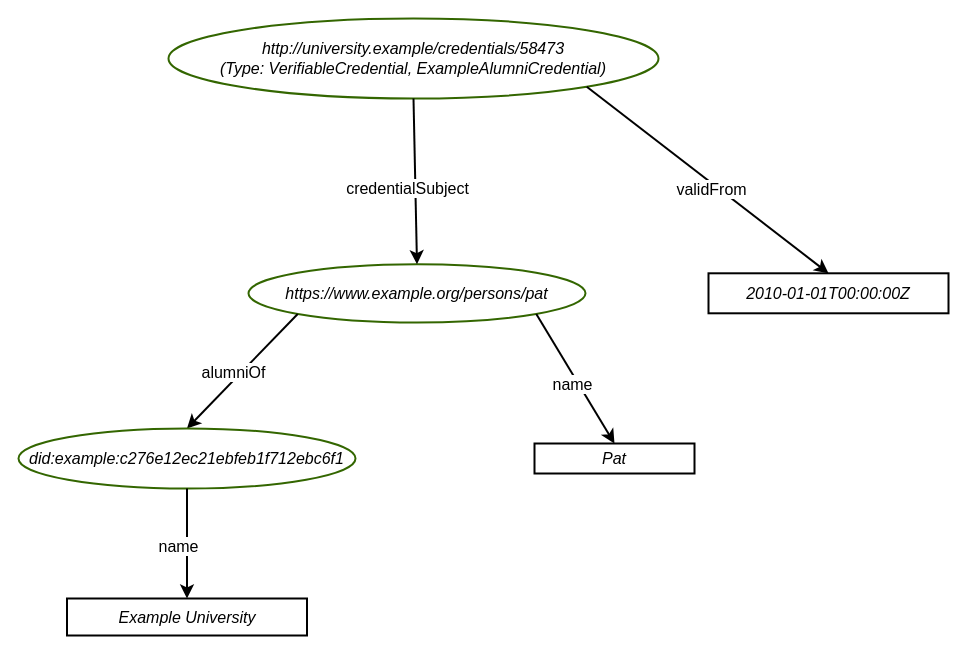
The draw.io diagram diagrams/credential_example.drawio in w3c/vc-overview, before the edit. Source tidied: cells renumbered, new cells numbered last; positions are measured from the earlier drawing's top-left corner, leaving out a move shared by most shapes. Both pictures are drawn from the tidied source at 100%, with x=0, y=0 at pixel (18, 18).
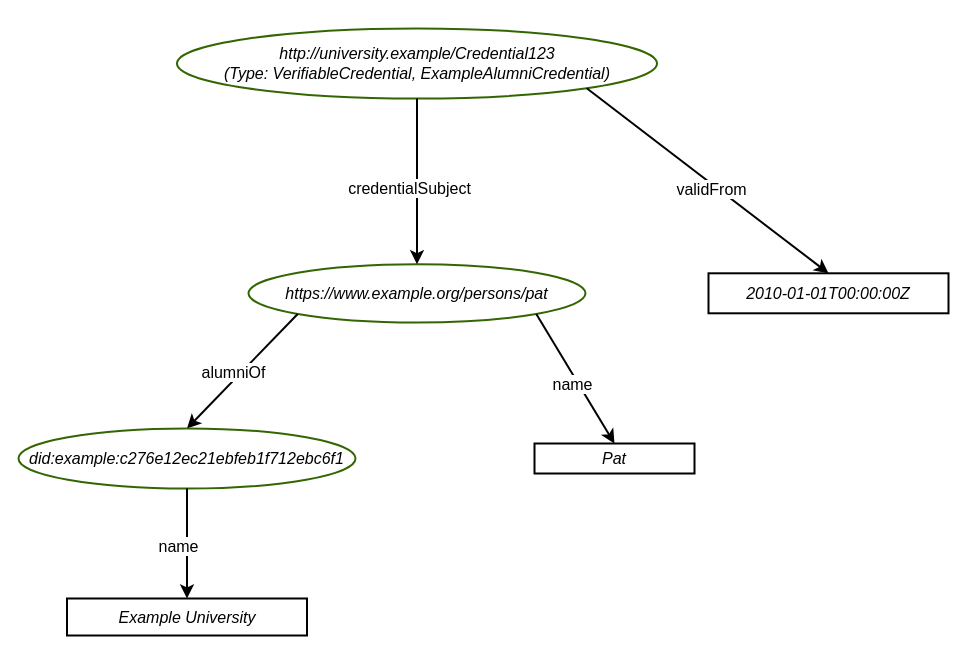
The same diagram, later.

Commit message (it also covers changes not shown here):
Wrong credential ID on the diagram

What changed in the source:
```diff
@@
-    <mxCell id="2" value="&lt;div&gt;&lt;i&gt;http://university.example/credentials/58473&lt;/i&gt;&lt;/div&gt;&lt;div&gt;&lt;i&gt;(Type: VerifiableCredential, ExampleAlumniCredential)&lt;/i&gt;&lt;/div&gt;" style="ellipse;whiteSpace=wrap;html=1;fontSize=16;fillColor=none;strokeWidth=2;strokeColor=#336600;" parent="1" vertex="1">
-      <mxGeometry x="150" width="490" height="80" as="geometry" />
+    <mxCell id="2" value="&lt;div&gt;&lt;i&gt;http://university.example/Credential123&lt;/i&gt;&lt;/div&gt;&lt;div&gt;&lt;i&gt;(Type: VerifiableCredential, ExampleAlumniCredential)&lt;/i&gt;&lt;/div&gt;" style="ellipse;whiteSpace=wrap;html=1;fontSize=16;fillColor=none;strokeWidth=2;strokeColor=#336600;" parent="1" vertex="1">
+      <mxGeometry x="158.5" y="10" width="480" height="70" as="geometry" />
     </mxCell>
```
